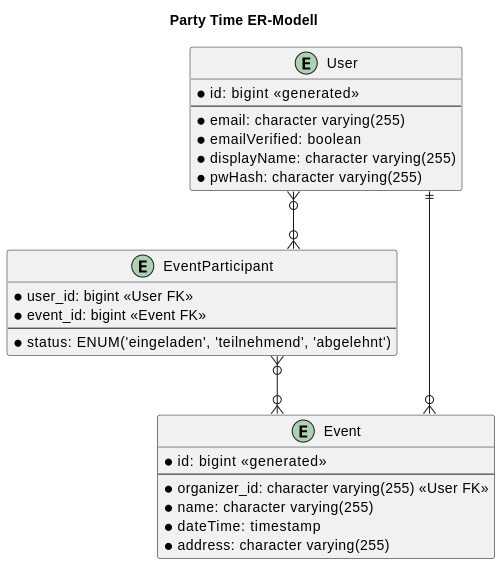
Above: doc/er-model.png in party-time-2/party-time (PlantUML), before the change. Its source is kept beside it as doc/er-model.plantuml.
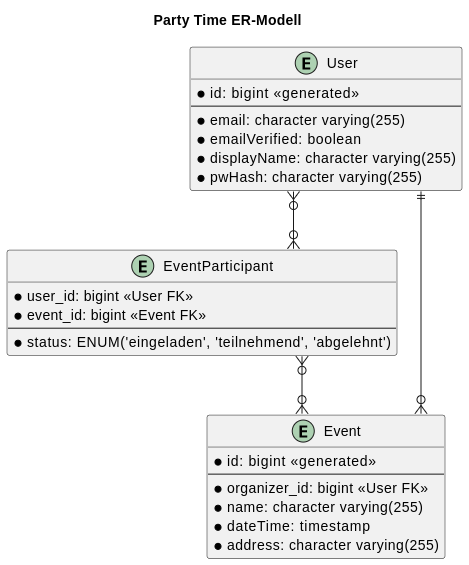
After the change.

The edit, as a diff of the source:
```diff
@@ -21,7 +21,7 @@
 entity Event {
     * id: bigint <<generated>>
     --
-    * organizer_id: character varying(255) <<User FK>>
+    * organizer_id: bigint <<User FK>>
     * name: character varying(255)
     * dateTime: timestamp
     * address: character varying(255)
```
